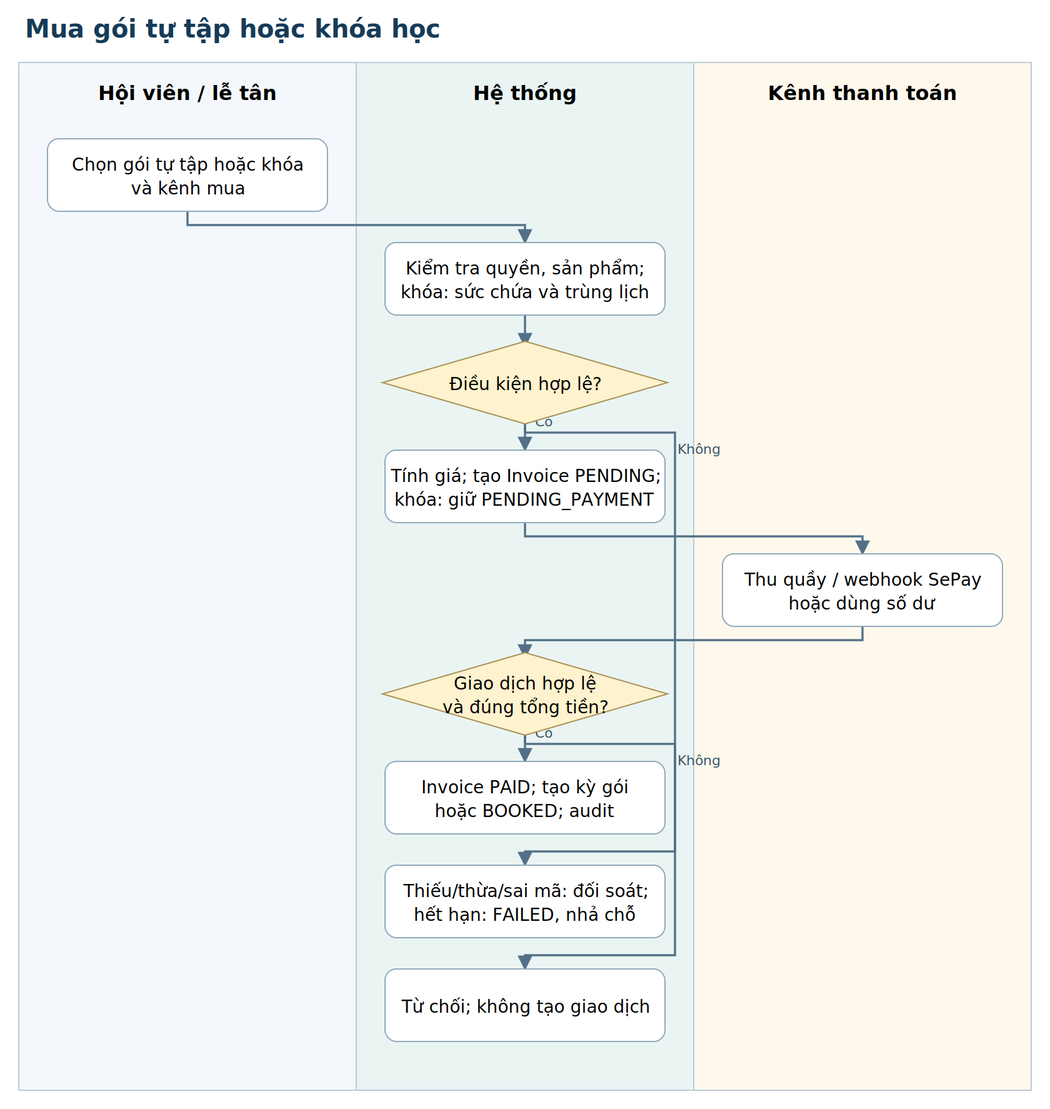
The Graphviz diagram outputs/bao-cao-cuoi-ky/so-do/flow-02-purchase.png in NhomHello/Sports-Center-Management-System, before a commit. Its source is kept beside it as outputs/bao-cao-cuoi-ky/so-do/flow-02-purchase.dot. Source of this version:
```dot
digraph G {
graph [rankdir=TB, bgcolor="white", pad="0.25", nodesep="0.25", ranksep="0.5", fontname="DejaVu Sans", fontsize=15];
node [shape=box, style="rounded,filled", fillcolor="#eef5fb", color="#a4bdce", fontname="DejaVu Sans", fontsize=11, margin="0.14,0.1"];
edge [fontname="DejaVu Sans", fontsize=9, color="#527087", arrowsize=0.7];
label="Mua gói tự tập hoặc khóa học"; labelloc=t;
subgraph cluster_0 { label="Hội viên / lễ tân"; color="#cbdbe7"; style="rounded,filled"; fillcolor="#f4f8fc";
a [label="Chọn gói tự tập hoặc khóa\nvà kênh mua", shape=box];
}
subgraph cluster_1 { label="Hệ thống"; color="#cbdbe7"; style="rounded,filled"; fillcolor="#eaf4f3";
b [label="Kiểm tra quyền, sản phẩm;\nkhóa: sức chứa và trùng lịch", shape=box];
c [label="Điều kiện hợp lệ?", shape=diamond];
d [label="Tính giá; tạo Invoice PENDING;\nkhóa: giữ PENDING_PAYMENT", shape=box];
f [label="Giao dịch hợp lệ\nvà đúng tổng tiền?", shape=diamond];
g [label="Invoice PAID; tạo kỳ gói\nhoặc BOOKED; audit", shape=box];
h [label="Thiếu/thừa/sai mã: đối soát;\nhết hạn: FAILED, nhả chỗ", shape=box];
i [label="Từ chối; không tạo giao dịch", shape=box];
}
subgraph cluster_2 { label="Kênh thanh toán"; color="#cbdbe7"; style="rounded,filled"; fillcolor="#fff8ec";
e [label="Thu quầy / webhook SePay\nhoặc dùng số dư", shape=box];
}
a -> b [label=""];
b -> c [label=""];
c -> d [label="Có"];
c -> i [label="Không"];
d -> e [label=""];
e -> f [label=""];
f -> g [label="Có"];
f -> h [label="Không"];
}
```
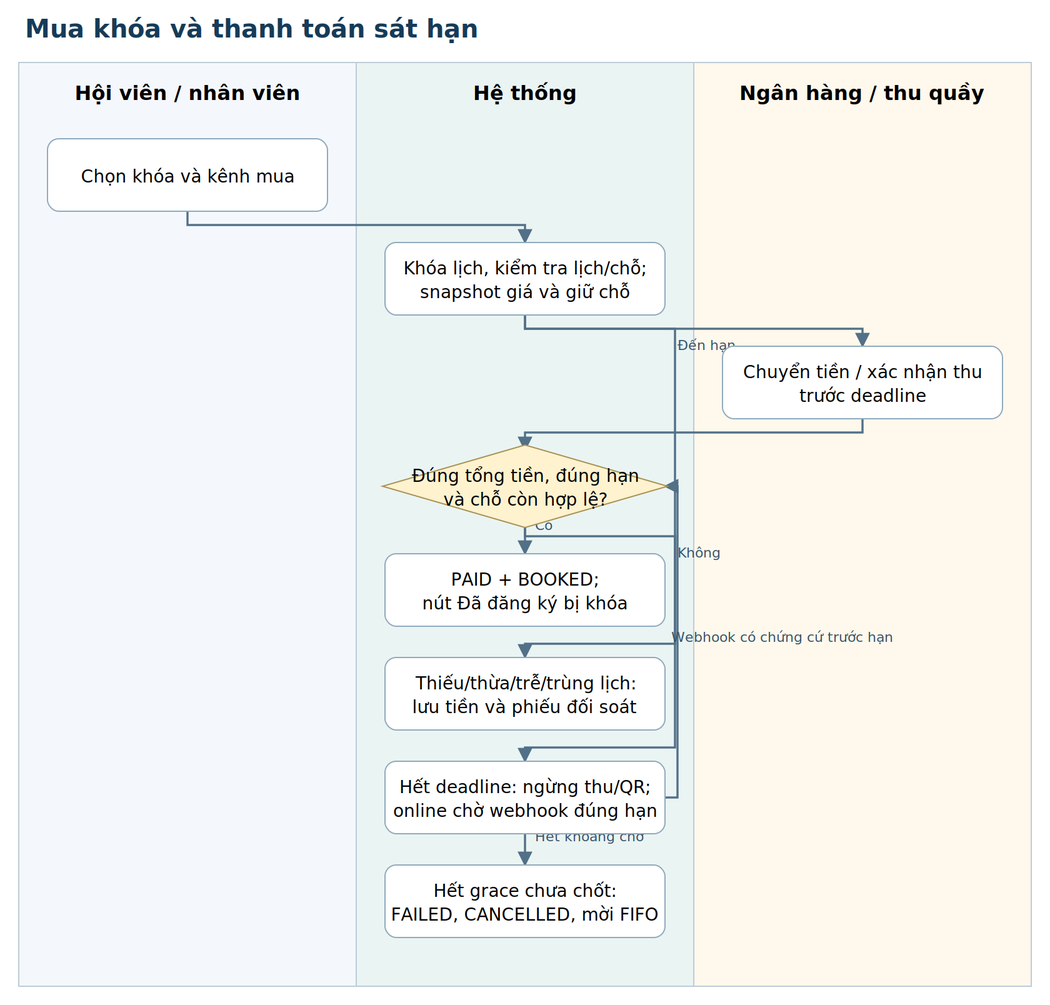
The same diagram one commit later.

Diff of the diagram source:
```diff
@@ -2,28 +2,27 @@
 graph [rankdir=TB, bgcolor="white", pad="0.25", nodesep="0.25", ranksep="0.5", fontname="DejaVu Sans", fontsize=15];
 node [shape=box, style="rounded,filled", fillcolor="#eef5fb", color="#a4bdce", fontname="DejaVu Sans", fontsize=11, margin="0.14,0.1"];
 edge [fontname="DejaVu Sans", fontsize=9, color="#527087", arrowsize=0.7];
-label="Mua gói tự tập hoặc khóa học"; labelloc=t;
-subgraph cluster_0 { label="Hội viên / lễ tân"; color="#cbdbe7"; style="rounded,filled"; fillcolor="#f4f8fc";
-a [label="Chọn gói tự tập hoặc khóa\nvà kênh mua", shape=box];
+label="Mua khóa và thanh toán sát hạn"; labelloc=t;
+subgraph cluster_0 { label="Hội viên / nhân viên"; color="#cbdbe7"; style="rounded,filled"; fillcolor="#f4f8fc";
+a [label="Chọn khóa và kênh mua", shape=box];
 }
 subgraph cluster_1 { label="Hệ thống"; color="#cbdbe7"; style="rounded,filled"; fillcolor="#eaf4f3";
-b [label="Kiểm tra quyền, sản phẩm;\nkhóa: sức chứa và trùng lịch", shape=box];
-c [label="Điều kiện hợp lệ?", shape=diamond];
-d [label="Tính giá; tạo Invoice PENDING;\nkhóa: giữ PENDING_PAYMENT", shape=box];
-f [label="Giao dịch hợp lệ\nvà đúng tổng tiền?", shape=diamond];
-g [label="Invoice PAID; tạo kỳ gói\nhoặc BOOKED; audit", shape=box];
-h [label="Thiếu/thừa/sai mã: đối soát;\nhết hạn: FAILED, nhả chỗ", shape=box];
-i [label="Từ chối; không tạo giao dịch", shape=box];
+b [label="Khóa lịch, kiểm tra lịch/chỗ;\nsnapshot giá và giữ chỗ", shape=box];
+d [label="Đúng tổng tiền, đúng hạn\nvà chỗ còn hợp lệ?", shape=diamond];
+e [label="PAID + BOOKED;\nnút Đã đăng ký bị khóa", shape=box];
+f [label="Thiếu/thừa/trễ/trùng lịch:\nlưu tiền và phiếu đối soát", shape=box];
+g [label="Hết deadline: ngừng thu/QR;\nonline chờ webhook đúng hạn", shape=box];
+h [label="Hết grace chưa chốt:\nFAILED, CANCELLED, mời FIFO", shape=box];
 }
-subgraph cluster_2 { label="Kênh thanh toán"; color="#cbdbe7"; style="rounded,filled"; fillcolor="#fff8ec";
-e [label="Thu quầy / webhook SePay\nhoặc dùng số dư", shape=box];
+subgraph cluster_2 { label="Ngân hàng / thu quầy"; color="#cbdbe7"; style="rounded,filled"; fillcolor="#fff8ec";
+c [label="Chuyển tiền / xác nhận thu\ntrước deadline", shape=box];
 }
 a -> b [label=""];
 b -> c [label=""];
-c -> d [label="Có"];
-c -> i [label="Không"];
-d -> e [label=""];
-e -> f [label=""];
-f -> g [label="Có"];
-f -> h [label="Không"];
+c -> d [label=""];
+d -> e [label="Có"];
+d -> f [label="Không"];
+b -> g [label="Đến hạn"];
+g -> d [label="Webhook có chứng cứ trước hạn"];
+g -> h [label="Hết khoảng chờ"];
 }
```
